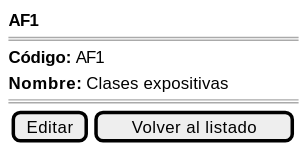
Above: images/RUP/01-requisitos/03-detalle-casos-uso/abrirActividadFormativa/wireframe.svg in mmasias/pyCeldaPublico (PlantUML), before the change. The source it was exported from:
```plantuml
@startsalt abrirActividadFormativa-wireframe
{
    <b>AF1</b>
    ====
    <b>Código:</b> AF1
    <b>Nombre:</b> Clases expositivas
    ====
    {[Editar] | [Volver al listado]}
}
@endsalt
```
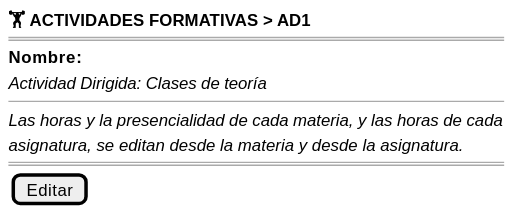
Later version of the same file.

What changed in the source:
```diff
@@ -1,10 +1,13 @@
 @startsalt abrirActividadFormativa-wireframe
 {
-    <b>AF1</b>
+    <b>🏋️ ACTIVIDADES FORMATIVAS > AD1</b>
     ====
-    <b>Código:</b> AF1
-    <b>Nombre:</b> Clases expositivas
+    <b>Nombre:</b>
+    <i>Actividad Dirigida: Clases de teoría</i>
+    --
+    <i>Las horas y la presencialidad de cada materia, y las horas de cada</i>
+    <i>asignatura, se editan desde la materia y desde la asignatura.</i>
     ====
-    {[Editar] | [Volver al listado]}
+    {[Editar]}
 }
 @endsalt
```
